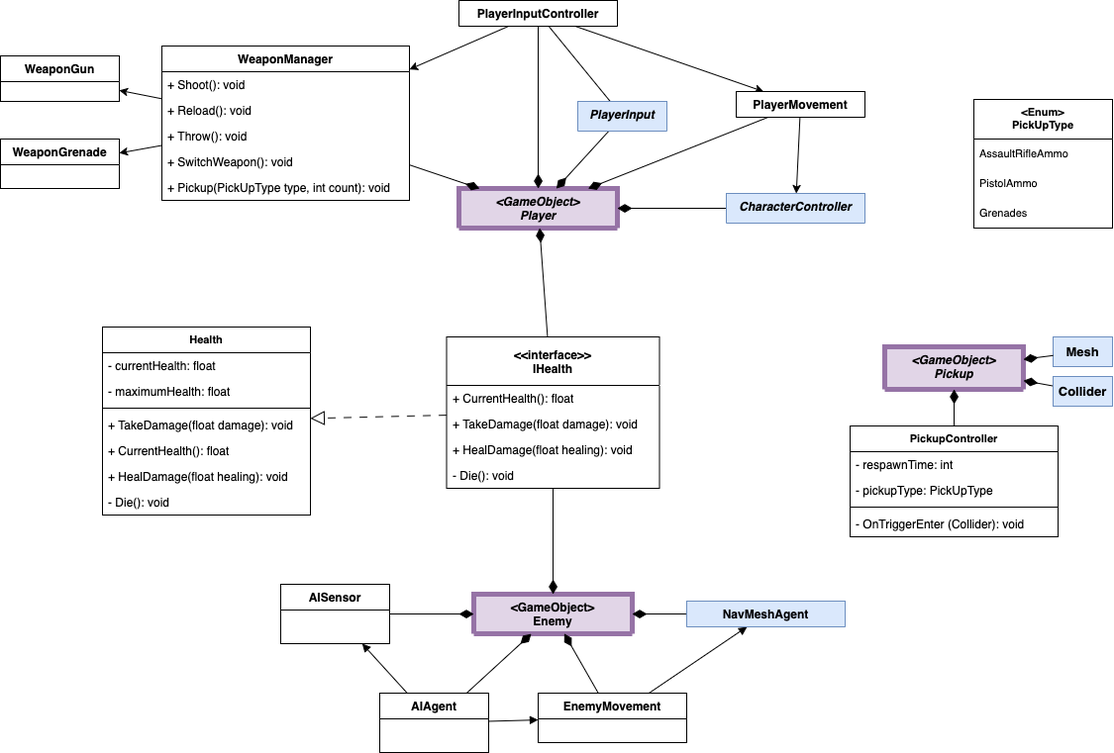
dana-jadzia/SGD213_Task-2-Wiki keeps this draw.io diagram as Entities.drawio.png. Above is the earlier version. Source tidied: cells renumbered, new cells last; positions are measured from the earlier drawing's top-left corner, leaving out a move shared by most shapes.
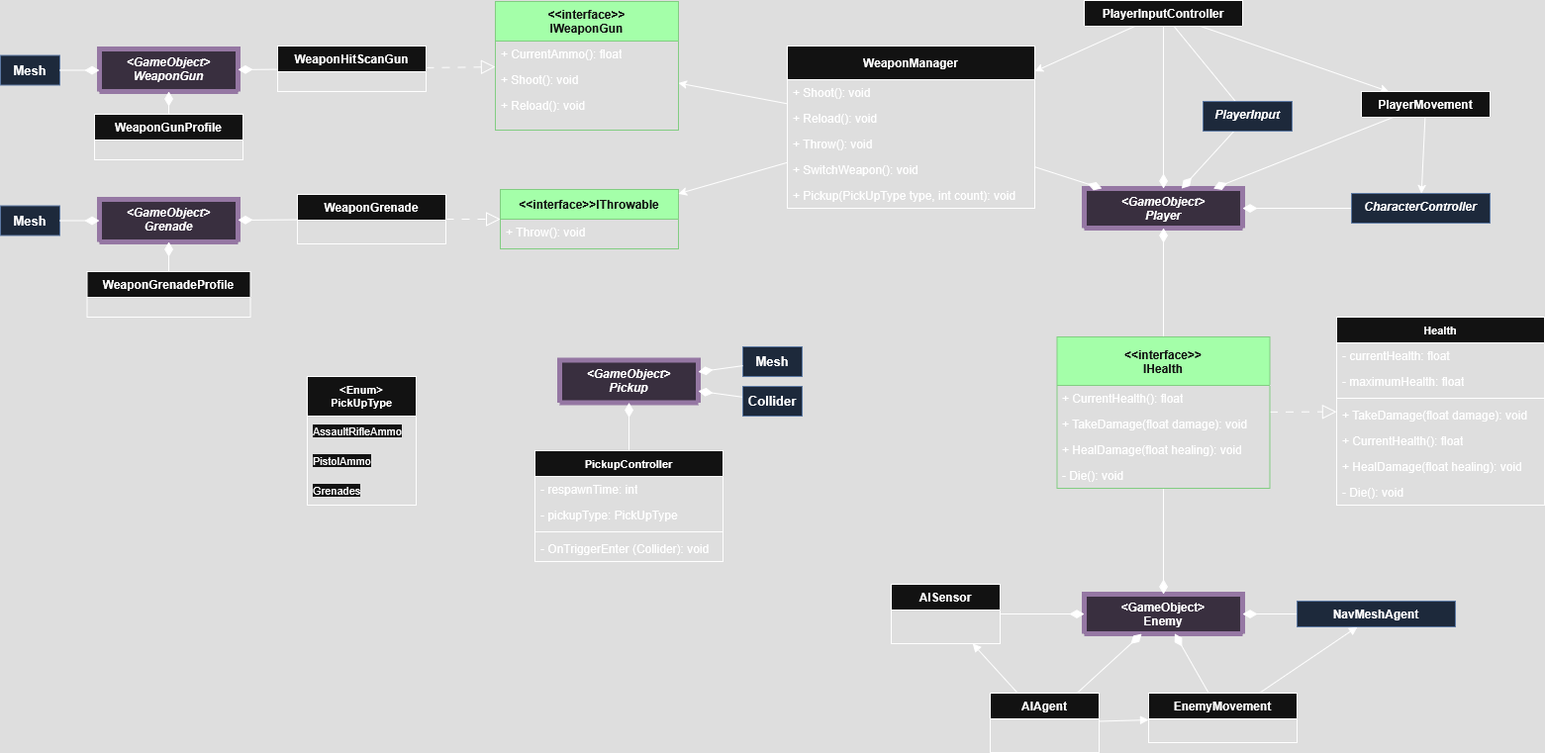
The same diagram one commit later.

What changed in the source:
```diff
@@ -5,18 +5,12 @@
     <mxCell id="2" value="&lt;GameObject&gt;&#10;Player" style="swimlane;fontStyle=3;align=center;verticalAlign=top;horizontal=1;startSize=40;rounded=0;shadow=0;strokeWidth=5;fillColor=#e1d5e7;strokeColor=#9673a6;swimlaneFillColor=none;fillStyle=auto;" parent="1" vertex="1" collapsed="1">
-      <mxGeometry x="463" y="190" width="160" height="40" as="geometry" />
+      <mxGeometry x="855" y="150" width="160" height="40" as="geometry" />
     </mxCell>
     <mxCell id="3" value="&lt;GameObject&gt;&#10;Enemy" style="swimlane;fontStyle=1;align=center;verticalAlign=top;horizontal=1;startSize=40;rounded=0;shadow=0;strokeWidth=5;fillColor=#e1d5e7;strokeColor=#9673a6;" parent="1" vertex="1" collapsed="1">
-      <mxGeometry x="478" y="600" width="160" height="40" as="geometry" />
+      <mxGeometry x="855" y="560" width="160" height="40" as="geometry" />
     </mxCell>
-    <mxCell id="4" style="edgeStyle=none;shape=connector;rounded=0;jettySize=auto;html=1;strokeColor=default;align=center;verticalAlign=middle;fontFamily=Helvetica;fontSize=11;fontColor=default;labelBackgroundColor=default;endArrow=classic;" parent="1" edge="1" source="9" target="5">
-      <mxGeometry relative="1" as="geometry" />
-    </mxCell>
-    <mxCell id="5" value="WeaponGun" style="swimlane;fontStyle=1;align=center;verticalAlign=top;horizontal=1;startSize=26;rounded=0;shadow=0;strokeWidth=1;" parent="1" vertex="1">
-      <mxGeometry y="56" width="120" height="46" as="geometry" />
+    <mxCell id="5" value="WeaponHitScanGun" style="swimlane;fontStyle=1;align=center;verticalAlign=top;horizontal=1;startSize=26;rounded=0;shadow=0;strokeWidth=1;" parent="1" vertex="1">
+      <mxGeometry x="40" y="6" width="150" height="46" as="geometry" />
     </mxCell>
-    <mxCell id="6" style="edgeStyle=none;shape=connector;rounded=0;jettySize=auto;html=1;strokeColor=default;align=center;verticalAlign=middle;fontFamily=Helvetica;fontSize=11;fontColor=default;labelBackgroundColor=default;endArrow=classic;" parent="1" edge="1" source="9" target="7">
-      <mxGeometry relative="1" as="geometry" />
-    </mxCell>
     <mxCell id="7" value="WeaponGrenade" style="swimlane;fontStyle=1;align=center;verticalAlign=top;horizontal=1;startSize=26;rounded=0;shadow=0;strokeWidth=1;" parent="1" vertex="1">
-      <mxGeometry y="140" width="120" height="50" as="geometry" />
+      <mxGeometry x="60" y="156" width="150" height="50" as="geometry" />
     </mxCell>
@@ -25,19 +19,22 @@
     </mxCell>
+    <mxCell id="69" style="rounded=0;jettySize=auto;html=1;" parent="1" edge="1" source="9" target="70">
+      <mxGeometry relative="1" as="geometry" />
+    </mxCell>
-    <mxCell id="9" value="WeaponManager" style="swimlane;fontStyle=1;align=center;verticalAlign=top;horizontal=1;startSize=26;rounded=0;shadow=0;strokeWidth=1;" parent="1" vertex="1">
-      <mxGeometry x="163" y="46" width="250" height="156" as="geometry" />
+    <mxCell id="9" value="WeaponManager" style="swimlane;fontStyle=1;align=center;verticalAlign=middle;horizontal=1;startSize=34;rounded=0;shadow=0;strokeWidth=1;" parent="1" vertex="1">
+      <mxGeometry x="555" y="6" width="250" height="164" as="geometry" />
     </mxCell>
     <mxCell id="10" value="+ Shoot(): void" style="text;strokeColor=none;fillColor=none;align=left;verticalAlign=top;spacingLeft=4;spacingRight=4;overflow=hidden;whiteSpace=wrap;html=1;" parent="9" vertex="1">
-      <mxGeometry y="26" width="250" height="26" as="geometry" />
+      <mxGeometry y="34" width="250" height="26" as="geometry" />
     </mxCell>
     <mxCell id="11" value="&lt;div&gt;+ Reload(): void&lt;/div&gt;" style="text;strokeColor=none;fillColor=none;align=left;verticalAlign=top;spacingLeft=4;spacingRight=4;overflow=hidden;whiteSpace=wrap;html=1;" parent="9" vertex="1">
-      <mxGeometry y="52" width="250" height="26" as="geometry" />
+      <mxGeometry y="60" width="250" height="26" as="geometry" />
     </mxCell>
     <mxCell id="12" value="+ Throw(): void" style="text;strokeColor=none;fillColor=none;align=left;verticalAlign=top;spacingLeft=4;spacingRight=4;overflow=hidden;whiteSpace=wrap;html=1;" parent="9" vertex="1">
-      <mxGeometry y="78" width="250" height="26" as="geometry" />
+      <mxGeometry y="86" width="250" height="26" as="geometry" />
     </mxCell>
     <mxCell id="13" value="+ SwitchWeapon(): void" style="text;strokeColor=none;fillColor=none;align=left;verticalAlign=top;spacingLeft=4;spacingRight=4;overflow=hidden;whiteSpace=wrap;html=1;" parent="9" vertex="1">
-      <mxGeometry y="104" width="250" height="26" as="geometry" />
+      <mxGeometry y="112" width="250" height="26" as="geometry" />
     </mxCell>
     <mxCell id="14" value="+ Pickup(PickUpType type, int count): void" style="text;strokeColor=none;fillColor=none;align=left;verticalAlign=top;spacingLeft=4;spacingRight=4;overflow=hidden;whiteSpace=wrap;html=1;" parent="9" vertex="1">
-      <mxGeometry y="130" width="250" height="26" as="geometry" />
+      <mxGeometry y="138" width="250" height="26" as="geometry" />
     </mxCell>
@@ -56,3 +53,3 @@
     <mxCell id="19" value="PlayerInputController" style="swimlane;fontStyle=1;align=center;verticalAlign=top;horizontal=1;startSize=26;rounded=0;shadow=0;strokeWidth=1;" parent="1" vertex="1" collapsed="1">
-      <mxGeometry x="463" width="160" height="26" as="geometry" />
+      <mxGeometry x="855" y="-40" width="160" height="26" as="geometry" />
     </mxCell>
@@ -65,3 +62,3 @@
     <mxCell id="22" value="PlayerMovement" style="swimlane;fontStyle=1;align=center;verticalAlign=top;horizontal=1;startSize=26;rounded=0;shadow=0;strokeWidth=1;" parent="1" vertex="1" collapsed="1">
-      <mxGeometry x="743" y="92" width="130" height="26" as="geometry" />
+      <mxGeometry x="1135" y="52" width="130" height="26" as="geometry" />
     </mxCell>
@@ -80,3 +77,3 @@
     <mxCell id="27" value="AIAgent" style="swimlane;fontStyle=1;align=center;verticalAlign=top;horizontal=1;startSize=26;rounded=0;shadow=0;strokeWidth=1;" parent="1" vertex="1">
-      <mxGeometry x="383" y="700" width="110" height="60" as="geometry" />
+      <mxGeometry x="760" y="660" width="110" height="60" as="geometry" />
     </mxCell>
@@ -89,3 +86,3 @@
     <mxCell id="30" value="EnemyMovement" style="swimlane;fontStyle=1;align=center;verticalAlign=top;horizontal=1;startSize=26;rounded=0;shadow=0;strokeWidth=1;" parent="1" vertex="1">
-      <mxGeometry x="543" y="700" width="150" height="50" as="geometry" />
+      <mxGeometry x="920" y="660" width="150" height="50" as="geometry" />
     </mxCell>
@@ -98,3 +95,3 @@
     <mxCell id="33" value="AISensor" style="swimlane;fontStyle=1;align=center;verticalAlign=top;horizontal=1;startSize=26;rounded=0;shadow=0;strokeWidth=1;" parent="1" vertex="1">
-      <mxGeometry x="283" y="590" width="110" height="60" as="geometry" />
+      <mxGeometry x="660" y="550" width="110" height="60" as="geometry" />
     </mxCell>
@@ -104,6 +101,6 @@
     <mxCell id="35" value="NavMeshAgent" style="swimlane;fontStyle=1;align=center;verticalAlign=top;horizontal=1;startSize=26;rounded=0;shadow=0;strokeWidth=1;fillColor=#dae8fc;strokeColor=#6c8ebf;" parent="1" vertex="1" collapsed="1">
-      <mxGeometry x="693" y="607" width="160" height="26" as="geometry" />
+      <mxGeometry x="1070" y="567" width="160" height="26" as="geometry" />
     </mxCell>
-    <mxCell id="36" value="&lt;&lt;interface&gt;&gt;&#10;IHealth" style="swimlane;fontStyle=1;align=center;verticalAlign=middle;horizontal=1;startSize=49;rounded=0;shadow=0;strokeWidth=1;" parent="1" vertex="1">
-      <mxGeometry x="450.5" y="340" width="215" height="153" as="geometry" />
+    <mxCell id="36" value="&lt;&lt;interface&gt;&gt;&#10;IHealth" style="swimlane;fontStyle=1;align=center;verticalAlign=middle;horizontal=1;startSize=49;rounded=0;shadow=0;strokeWidth=1;fillColor=light-dark(#008A00,#A4FFA9);fontColor=#ffffff;strokeColor=#005700;" parent="1" vertex="1">
+      <mxGeometry x="827.5" y="300" width="215" height="153" as="geometry" />
     </mxCell>
@@ -125,3 +122,3 @@
     <mxCell id="42" value="CharacterController" style="swimlane;fontStyle=3;align=center;verticalAlign=top;horizontal=1;startSize=30;rounded=0;shadow=0;strokeWidth=1;fillColor=#dae8fc;strokeColor=#6c8ebf;" parent="1" vertex="1" collapsed="1">
-      <mxGeometry x="733" y="195" width="140" height="30" as="geometry" />
+      <mxGeometry x="1125" y="155" width="140" height="30" as="geometry" />
     </mxCell>
@@ -134,6 +131,6 @@
     <mxCell id="45" value="PlayerInput" style="swimlane;fontStyle=3;align=center;verticalAlign=top;horizontal=1;startSize=30;rounded=0;shadow=0;strokeWidth=1;fillColor=#dae8fc;strokeColor=#6c8ebf;" parent="1" vertex="1" collapsed="1">
-      <mxGeometry x="583" y="102" width="90" height="30" as="geometry" />
+      <mxGeometry x="975" y="62" width="90" height="30" as="geometry" />
     </mxCell>
     <mxCell id="46" value="Health" style="swimlane;fontStyle=1;align=center;verticalAlign=top;horizontal=1;startSize=26;whiteSpace=wrap;html=1;fontFamily=Helvetica;fontSize=11;fontColor=default;labelBackgroundColor=default;" parent="1" vertex="1">
-      <mxGeometry x="103" y="330" width="210" height="190" as="geometry" />
+      <mxGeometry x="1110" y="280" width="210" height="190" as="geometry" />
     </mxCell>
@@ -161,3 +158,3 @@
     <mxCell id="54" value="&lt;GameObject&gt;&#10;Pickup" style="swimlane;fontStyle=3;align=center;verticalAlign=top;horizontal=1;startSize=43;rounded=0;shadow=0;strokeWidth=5;fillColor=#e1d5e7;strokeColor=#9673a6;" parent="1" vertex="1" collapsed="1">
-      <mxGeometry x="893" y="350" width="140" height="43" as="geometry" />
+      <mxGeometry x="325" y="323.5" width="140" height="43" as="geometry" />
     </mxCell>
@@ -167,3 +164,3 @@
     <mxCell id="56" value="&lt;span&gt;Mesh&lt;/span&gt;" style="html=1;whiteSpace=wrap;fontFamily=Helvetica;fontSize=13;labelBackgroundColor=none;fillColor=#dae8fc;strokeColor=#6c8ebf;fontStyle=1;" parent="1" vertex="1">
-      <mxGeometry x="1063" y="340" width="60" height="30" as="geometry" />
+      <mxGeometry x="510" y="310" width="60" height="30" as="geometry" />
     </mxCell>
@@ -173,3 +170,3 @@
     <mxCell id="58" value="Collider" style="html=1;whiteSpace=wrap;fontFamily=Helvetica;fontSize=13;labelBackgroundColor=none;fillColor=#dae8fc;strokeColor=#6c8ebf;fontStyle=1;" parent="1" vertex="1">
-      <mxGeometry x="1063" y="380" width="60" height="30" as="geometry" />
+      <mxGeometry x="510" y="350" width="60" height="30" as="geometry" />
     </mxCell>
@@ -179,28 +176,91 @@
     <mxCell id="60" value="PickupController" style="swimlane;fontStyle=1;align=center;verticalAlign=top;horizontal=1;startSize=26;whiteSpace=wrap;html=1;fontFamily=Helvetica;fontSize=11;fontColor=default;labelBackgroundColor=default;" parent="1" vertex="1">
-      <mxGeometry x="858" y="430" width="210" height="112" as="geometry" />
+      <mxGeometry x="300" y="415" width="190" height="112" as="geometry" />
     </mxCell>
     <mxCell id="61" value="- respawnTime: int" style="text;strokeColor=none;fillColor=none;align=left;verticalAlign=top;spacingLeft=4;spacingRight=4;overflow=hidden;whiteSpace=wrap;html=1;" parent="60" vertex="1">
-      <mxGeometry y="26" width="210" height="26" as="geometry" />
+      <mxGeometry y="26" width="190" height="26" as="geometry" />
     </mxCell>
     <mxCell id="62" value="- pickupType: PickUpType" style="text;strokeColor=none;fillColor=none;align=left;verticalAlign=top;spacingLeft=4;spacingRight=4;overflow=hidden;whiteSpace=wrap;html=1;" parent="60" vertex="1">
-      <mxGeometry y="52" width="210" height="26" as="geometry" />
+      <mxGeometry y="52" width="190" height="26" as="geometry" />
     </mxCell>
     <mxCell id="63" style="line;strokeWidth=1;fillColor=none;align=left;verticalAlign=middle;spacingTop=-1;spacingLeft=3;spacingRight=3;labelPosition=right;strokeColor=inherit;fontFamily=Helvetica;fontSize=11;fontColor=default;labelBackgroundColor=default;" parent="60" vertex="1">
-      <mxGeometry y="78" width="210" height="8" as="geometry" />
+      <mxGeometry y="78" width="190" height="8" as="geometry" />
     </mxCell>
     <mxCell id="64" value="- OnTriggerEnter (Collider): void" style="text;strokeColor=none;fillColor=none;align=left;verticalAlign=top;spacingLeft=4;spacingRight=4;overflow=hidden;whiteSpace=wrap;html=1;" parent="60" vertex="1">
-      <mxGeometry y="86" width="210" height="26" as="geometry" />
+      <mxGeometry y="86" width="190" height="26" as="geometry" />
     </mxCell>
     <mxCell id="65" value="&lt;div&gt;&lt;b&gt;&amp;lt;Enum&amp;gt;&lt;/b&gt;&lt;/div&gt;&lt;div&gt;&lt;b&gt;PickUpType&lt;/b&gt;&lt;/div&gt;" style="swimlane;fontStyle=0;horizontal=1;startSize=40;whiteSpace=wrap;html=1;fontFamily=Helvetica;fontSize=11;fontColor=default;labelBackgroundColor=default;" parent="1" vertex="1">
-      <mxGeometry x="983" y="100" width="140" height="130" as="geometry" />
+      <mxGeometry x="70" y="340" width="110" height="130" as="geometry" />
     </mxCell>
     <mxCell id="66" value="AssaultRifleAmmo" style="text;strokeColor=none;fillColor=none;align=left;verticalAlign=middle;spacingLeft=4;spacingRight=4;overflow=hidden;whiteSpace=wrap;html=1;fontFamily=Helvetica;fontSize=11;fontColor=default;labelBackgroundColor=default;" parent="65" vertex="1">
-      <mxGeometry y="40" width="140" height="30" as="geometry" />
+      <mxGeometry y="40" width="110" height="30" as="geometry" />
     </mxCell>
     <mxCell id="67" value="PistolAmmo" style="text;strokeColor=none;fillColor=none;align=left;verticalAlign=middle;spacingLeft=4;spacingRight=4;overflow=hidden;whiteSpace=wrap;html=1;fontFamily=Helvetica;fontSize=11;fontColor=default;labelBackgroundColor=default;" parent="65" vertex="1">
-      <mxGeometry y="70" width="140" height="30" as="geometry" />
+      <mxGeometry y="70" width="110" height="30" as="geometry" />
     </mxCell>
     <mxCell id="68" value="Grenades" style="text;strokeColor=none;fillColor=none;align=left;verticalAlign=middle;spacingLeft=4;spacingRight=4;overflow=hidden;whiteSpace=wrap;html=1;fontFamily=Helvetica;fontSize=11;fontColor=default;labelBackgroundColor=default;" parent="65" vertex="1">
-      <mxGeometry y="100" width="140" height="30" as="geometry" />
+      <mxGeometry y="100" width="110" height="30" as="geometry" />
     </mxCell>
+    <mxCell id="70" value="&lt;&lt;interface&gt;&gt;&#10;IWeaponGun" style="swimlane;fontStyle=1;align=center;verticalAlign=middle;horizontal=1;startSize=40;rounded=0;shadow=0;strokeWidth=1;fillColor=light-dark(#008A00,#A4FFA9);fontColor=#ffffff;strokeColor=#005700;" parent="1" vertex="1">
+      <mxGeometry x="260" y="-39" width="185" height="130" as="geometry" />
+    </mxCell>
+    <mxCell id="71" value="+ CurrentAmmo(): float" style="text;strokeColor=none;fillColor=none;align=left;verticalAlign=top;spacingLeft=4;spacingRight=4;overflow=hidden;whiteSpace=wrap;html=1;" parent="70" vertex="1">
+      <mxGeometry y="40" width="185" height="26" as="geometry" />
+    </mxCell>
+    <mxCell id="72" value="+ Shoot(): void" style="text;strokeColor=none;fillColor=none;align=left;verticalAlign=top;spacingLeft=4;spacingRight=4;overflow=hidden;whiteSpace=wrap;html=1;" parent="70" vertex="1">
+      <mxGeometry y="66" width="185" height="26" as="geometry" />
+    </mxCell>
+    <mxCell id="73" value="+ Reload(): void" style="text;strokeColor=none;fillColor=none;align=left;verticalAlign=top;spacingLeft=4;spacingRight=4;overflow=hidden;whiteSpace=wrap;html=1;" parent="70" vertex="1">
+      <mxGeometry y="92" width="185" height="26" as="geometry" />
+    </mxCell>
+    <mxCell id="74" style="rounded=0;jettySize=auto;html=1;endSize=12;endArrow=block;endFill=0;dashed=1;dashPattern=8 8;" parent="1" edge="1" source="5" target="70">
+      <mxGeometry relative="1" as="geometry" />
+    </mxCell>
+    <mxCell id="75" value="&lt;GameObject&gt;&#10;WeaponGun" style="swimlane;fontStyle=3;align=center;verticalAlign=top;horizontal=1;startSize=43;rounded=0;shadow=0;strokeWidth=5;fillColor=#e1d5e7;strokeColor=#9673a6;" parent="1" vertex="1" collapsed="1">
+      <mxGeometry x="-140" y="9" width="140" height="43" as="geometry" />
+    </mxCell>
+    <mxCell id="76" style="rounded=0;jettySize=auto;html=1;endArrow=diamondThin;endFill=1;startSize=6;endSize=12;" parent="1" edge="1" source="5" target="75">
+      <mxGeometry relative="1" as="geometry" />
+    </mxCell>
+    <mxCell id="77" value="&lt;GameObject&gt;&#10;Grenade" style="swimlane;fontStyle=3;align=center;verticalAlign=top;horizontal=1;startSize=43;rounded=0;shadow=0;strokeWidth=5;fillColor=#e1d5e7;strokeColor=#9673a6;" parent="1" vertex="1" collapsed="1">
+      <mxGeometry x="-140" y="161" width="140" height="43" as="geometry" />
+    </mxCell>
+    <mxCell id="78" style="rounded=0;jettySize=auto;html=1;endArrow=diamondThin;endFill=1;startSize=6;endSize=12;" parent="1" edge="1" source="7" target="77">
+      <mxGeometry relative="1" as="geometry" />
+    </mxCell>
+    <mxCell id="79" value="&lt;&lt;interface&gt;&gt;IThrowable" style="swimlane;fontStyle=1;align=center;verticalAlign=middle;horizontal=1;startSize=30;rounded=0;shadow=0;strokeWidth=1;fillColor=light-dark(#008A00,#A4FFA9);fontColor=#ffffff;strokeColor=#005700;" parent="1" vertex="1">
+      <mxGeometry x="265" y="151" width="180" height="60" as="geometry" />
+    </mxCell>
+    <mxCell id="80" value="+ Throw(): void" style="text;strokeColor=none;fillColor=none;align=left;verticalAlign=top;spacingLeft=4;spacingRight=4;overflow=hidden;whiteSpace=wrap;html=1;" parent="79" vertex="1">
+      <mxGeometry y="30" width="180" height="26" as="geometry" />
+    </mxCell>
+    <mxCell id="81" style="rounded=0;jettySize=auto;html=1;endSize=12;endArrow=block;endFill=0;dashed=1;dashPattern=8 8;" parent="1" edge="1" source="7" target="79">
+      <mxGeometry relative="1" as="geometry" />
+    </mxCell>
+    <mxCell id="82" style="rounded=0;jettySize=auto;html=1;" parent="1" edge="1" source="9" target="79">
+      <mxGeometry relative="1" as="geometry" />
+    </mxCell>
+    <mxCell id="83" value="&lt;span&gt;Mesh&lt;/span&gt;" style="html=1;whiteSpace=wrap;fontFamily=Helvetica;fontSize=13;labelBackgroundColor=none;fillColor=#dae8fc;strokeColor=#6c8ebf;fontStyle=1;" parent="1" vertex="1">
+      <mxGeometry x="-240" y="15.5" width="60" height="30" as="geometry" />
+    </mxCell>
+    <mxCell id="84" style="rounded=0;jettySize=auto;html=1;endArrow=diamondThin;endFill=1;endSize=12;" parent="1" edge="1" source="83" target="75">
+      <mxGeometry relative="1" as="geometry" />
+    </mxCell>
+    <mxCell id="85" value="WeaponGunProfile" style="swimlane;fontStyle=1;align=center;verticalAlign=top;horizontal=1;startSize=26;rounded=0;shadow=0;strokeWidth=1;" parent="1" vertex="1">
+      <mxGeometry x="-145" y="75" width="150" height="46" as="geometry" />
+    </mxCell>
+    <mxCell id="86" style="rounded=0;jettySize=auto;html=1;endArrow=diamondThin;endFill=1;endSize=12;" parent="1" edge="1" source="85" target="75">
+      <mxGeometry relative="1" as="geometry" />
+    </mxCell>
+    <mxCell id="87" value="WeaponGrenadeProfile" style="swimlane;fontStyle=1;align=center;verticalAlign=top;horizontal=1;startSize=26;rounded=0;shadow=0;strokeWidth=1;" parent="1" vertex="1">
+      <mxGeometry x="-152.5" y="234" width="165" height="46" as="geometry" />
+    </mxCell>
+    <mxCell id="88" style="rounded=0;jettySize=auto;html=1;endArrow=diamondThin;endFill=1;endSize=12;" parent="1" edge="1" source="87" target="77">
+      <mxGeometry relative="1" as="geometry" />
+    </mxCell>
+    <mxCell id="89" value="&lt;span&gt;Mesh&lt;/span&gt;" style="html=1;whiteSpace=wrap;fontFamily=Helvetica;fontSize=13;labelBackgroundColor=none;fillColor=#dae8fc;strokeColor=#6c8ebf;fontStyle=1;" parent="1" vertex="1">
+      <mxGeometry x="-240" y="167.5" width="60" height="30" as="geometry" />
+    </mxCell>
+    <mxCell id="90" style="rounded=0;jettySize=auto;html=1;endArrow=diamondThin;endFill=1;endSize=12;" parent="1" edge="1" source="89" target="77">
+      <mxGeometry relative="1" as="geometry" />
+    </mxCell>
   </root>
```
